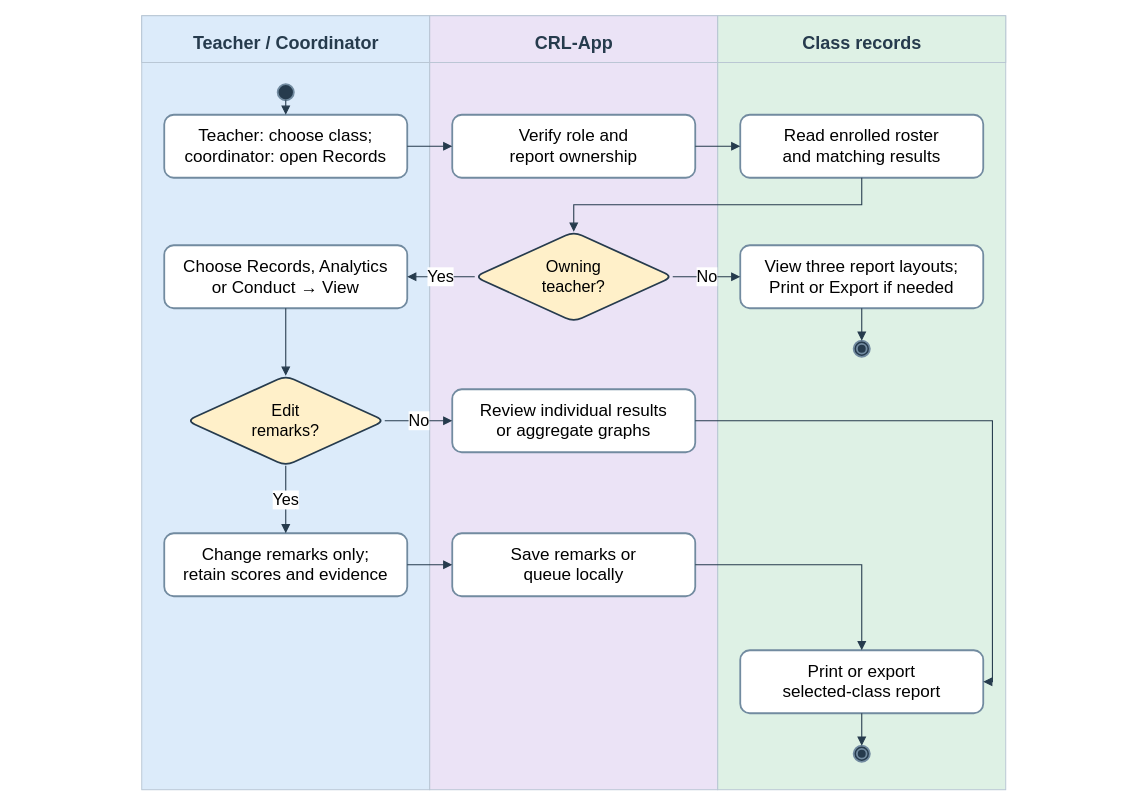
The draw.io diagram docs/diagrams/class-workspaces/figure-16-records-reports.drawio in AkuSayangKamuJudaSayang/crl-app, before the edit. Source tidied: cells renumbered, new cells numbered last; positions are measured from the earlier drawing's top-left corner, leaving out a move shared by most shapes. Both pictures are drawn from the tidied source at 90%, with x=0, y=0 at pixel (15, 15).
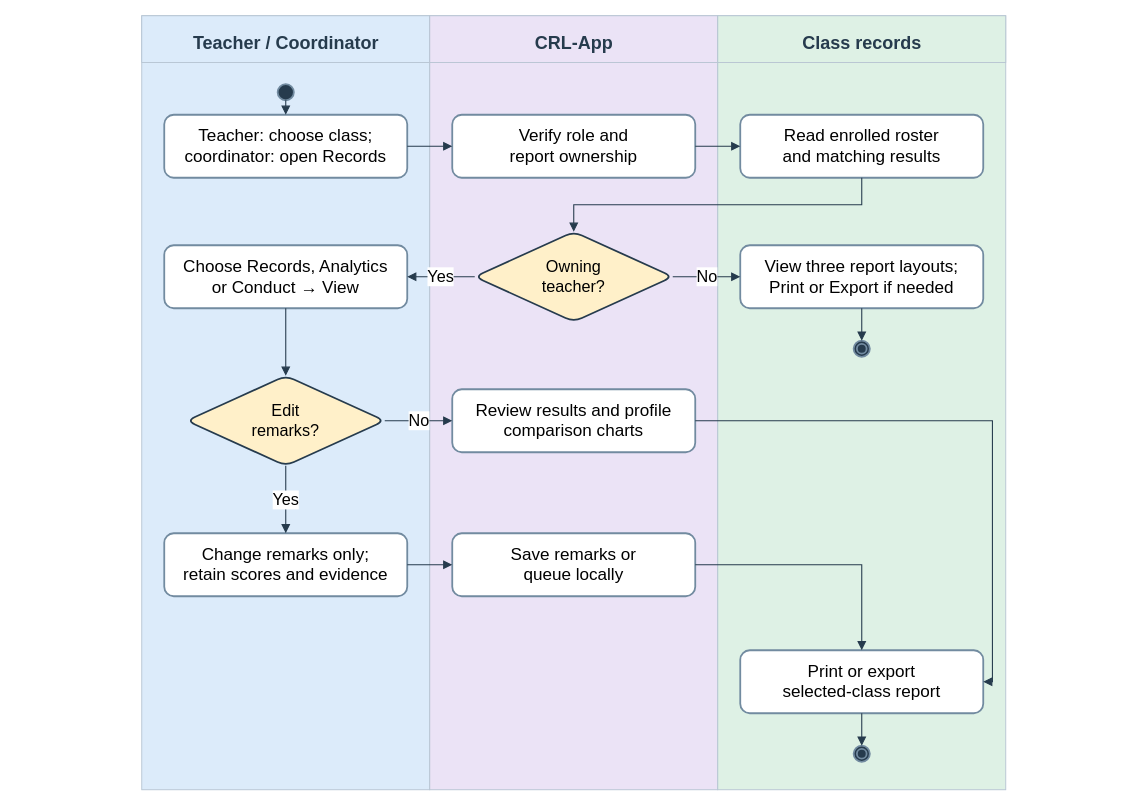
After the change.

Change to the diagram source:
```diff
@@
-    <mxCell id="20" value="Review individual results&lt;br&gt;or aggregate graphs" style="rounded=1;whiteSpace=wrap;html=1;fontFamily=Arial;fillColor=#ffffff;strokeColor=#728ba0;strokeWidth=2;fontSize=19;" parent="1" vertex="1">
+    <mxCell id="20" value="Review results and profile&lt;br&gt;comparison charts" style="rounded=1;whiteSpace=wrap;html=1;fontFamily=Arial;fillColor=#ffffff;strokeColor=#728ba0;strokeWidth=2;fontSize=19;" parent="1" vertex="1">
       <mxGeometry x="485" y="415" width="270" height="70" as="geometry" />
     </mxCell>
```
